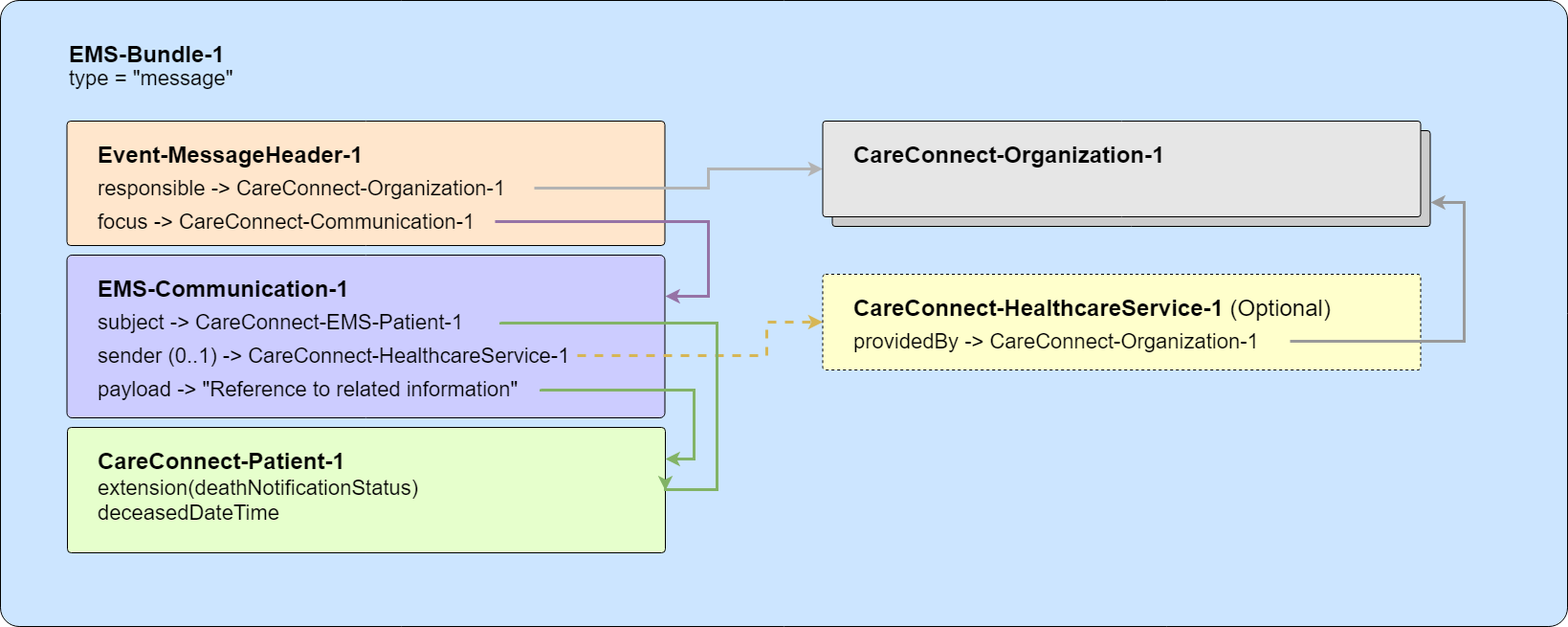
The draw.io diagram images/explore/pds_death_bundle.png in nhsconnect/Demographic-Event-Messages-CareConnect, before a commit. Source tidied: cells renumbered, new cells last; positions are measured from the earlier drawing's top-left corner, leaving out a move shared by most shapes.
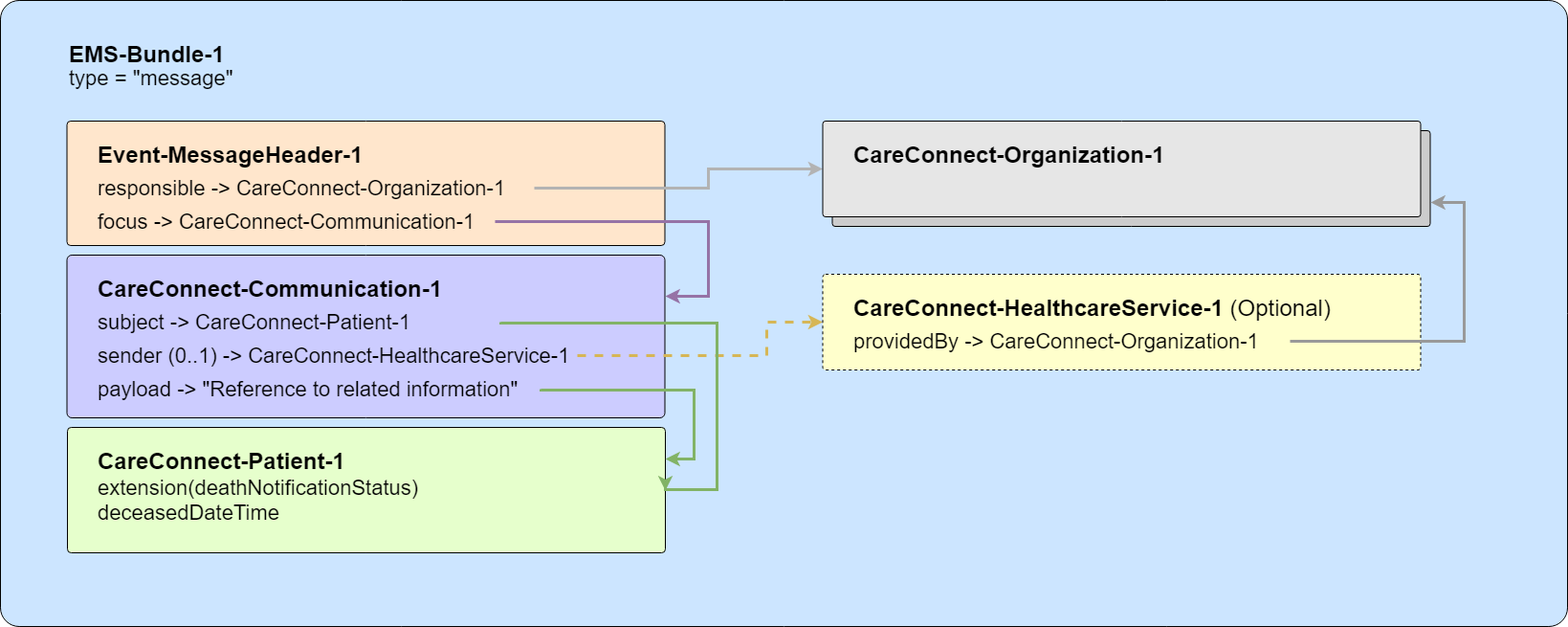
Later version of the same file.

Commit message:
Updated PDS Death Notification diagram

Diff of the diagram source:
```diff
@@ -34,8 +34,8 @@
     <mxCell id="10" style="rounded=1;whiteSpace=wrap;html=1;arcSize=3;fillColor=#CCCCFF;fontSize=22;" parent="1" vertex="1">
       <mxGeometry x="69.5" y="266" width="625" height="170" as="geometry" />
     </mxCell>
-    <mxCell id="11" value="EMS-Communication-1" style="text;html=1;strokeColor=none;fillColor=none;align=left;verticalAlign=middle;whiteSpace=wrap;rounded=0;fontSize=24;fontStyle=1;" parent="1" vertex="1">
-      <mxGeometry x="99.5" y="286" width="325" height="30" as="geometry" />
+    <mxCell id="11" value="CareConnect-Communication-1" style="text;html=1;strokeColor=none;fillColor=none;align=left;verticalAlign=middle;whiteSpace=wrap;rounded=0;fontSize=24;fontStyle=1;" parent="1" vertex="1">
+      <mxGeometry x="100" y="286" width="366" height="30" as="geometry" />
     </mxCell>
     <mxCell id="12" style="edgeStyle=orthogonalEdgeStyle;rounded=0;html=1;exitX=1;exitY=0.5;dashed=1;jettySize=auto;strokeColor=#d6b656;strokeWidth=3;fillColor=#fff2cc;fontSize=22;" parent="1" edge="1" source="13" target="16">
       <mxGeometry relative="1" as="geometry">
@@ -96,7 +96,7 @@
         </Array>
       </mxGeometry>
     </mxCell>
-    <mxCell id="25" value="subject -&amp;gt; CareConnect-EMS-Patient-1&lt;br style=&quot;font-size: 22px;&quot;&gt;" style="text;html=1;strokeColor=none;fillColor=none;align=left;verticalAlign=middle;whiteSpace=wrap;rounded=0;fontSize=22;" parent="1" vertex="1">
+    <mxCell id="25" value="subject -&amp;gt; CareConnect-Patient-1&lt;br style=&quot;font-size: 22px&quot;&gt;" style="text;html=1;strokeColor=none;fillColor=none;align=left;verticalAlign=middle;whiteSpace=wrap;rounded=0;fontSize=22;" parent="1" vertex="1">
       <mxGeometry x="100" y="316" width="423" height="40" as="geometry" />
     </mxCell>
     <mxCell id="26" style="edgeStyle=orthogonalEdgeStyle;rounded=0;html=1;exitX=1;exitY=0.5;entryX=1;entryY=0.25;jettySize=auto;fillColor=#d5e8d4;strokeColor=#82b366;strokeWidth=3;fontSize=22;" parent="1" edge="1" source="27" target="14">
```
